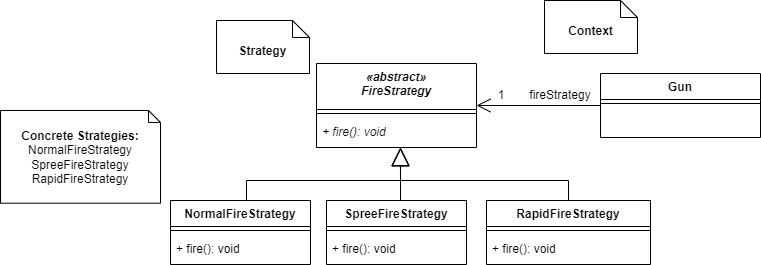
This is docs/FireStrategyUML.png from AntonioAbilio/ShellShift-LDTS, a draw.io export, as it was before one commit. Source tidied: cells renumbered, new cells last; positions are measured from the earlier drawing's top-left corner, leaving out a move shared by most shapes.
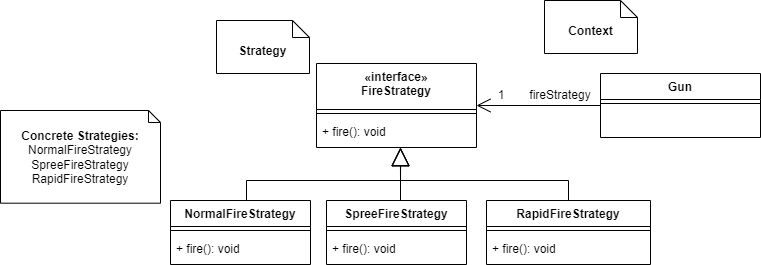
The same diagram one commit later.

Diff of the diagram source:
```diff
@@ -26,13 +26,13 @@
     <mxCell id="8" value="&lt;b&gt;Concrete&amp;nbsp;&lt;/b&gt;&lt;b&gt;Strategies:&lt;/b&gt;&lt;br&gt;NormalFireStrategy&lt;br&gt;SpreeFireStrategy&lt;br&gt;RapidFireStrategy" style="shape=note2;boundedLbl=1;whiteSpace=wrap;html=1;size=12;verticalAlign=top;align=center;" parent="1" vertex="1">
       <mxGeometry y="110" width="160" height="92.7" as="geometry" />
     </mxCell>
-    <mxCell id="9" value="&lt;i&gt;«abstract»&lt;br&gt;FireStrategy&lt;/i&gt;" style="swimlane;fontStyle=1;align=center;verticalAlign=top;horizontal=1;startSize=46;whiteSpace=wrap;html=1;" parent="1" vertex="1">
+    <mxCell id="9" value="«interface»&lt;br&gt;FireStrategy" style="swimlane;fontStyle=1;align=center;verticalAlign=top;horizontal=1;startSize=46;whiteSpace=wrap;html=1;" parent="1" vertex="1">
       <mxGeometry x="316" y="63" width="160" height="84" as="geometry" />
     </mxCell>
     <mxCell id="10" style="line;strokeWidth=1;fillColor=none;align=left;verticalAlign=middle;spacingTop=-1;spacingLeft=3;spacingRight=3;labelPosition=right;strokeColor=inherit;" parent="9" vertex="1">
       <mxGeometry y="46" width="160" height="8" as="geometry" />
     </mxCell>
-    <mxCell id="11" value="&lt;i&gt;+ fire(): void&lt;/i&gt;" style="text;strokeColor=none;fillColor=none;align=left;verticalAlign=middle;spacingLeft=4;spacingRight=4;overflow=hidden;points=[[0,0.5],[1,0.5]];portConstraint=eastwest;whiteSpace=wrap;html=1;" parent="9" vertex="1">
+    <mxCell id="11" value="+ fire(): void" style="text;strokeColor=none;fillColor=none;align=left;verticalAlign=middle;spacingLeft=4;spacingRight=4;overflow=hidden;points=[[0,0.5],[1,0.5]];portConstraint=eastwest;whiteSpace=wrap;html=1;" parent="9" vertex="1">
       <mxGeometry y="54" width="160" height="30" as="geometry" />
     </mxCell>
     <mxCell id="12" value="Gun" style="swimlane;fontStyle=1;align=center;verticalAlign=top;horizontal=1;startSize=26;whiteSpace=wrap;html=1;" parent="1" vertex="1">
```
